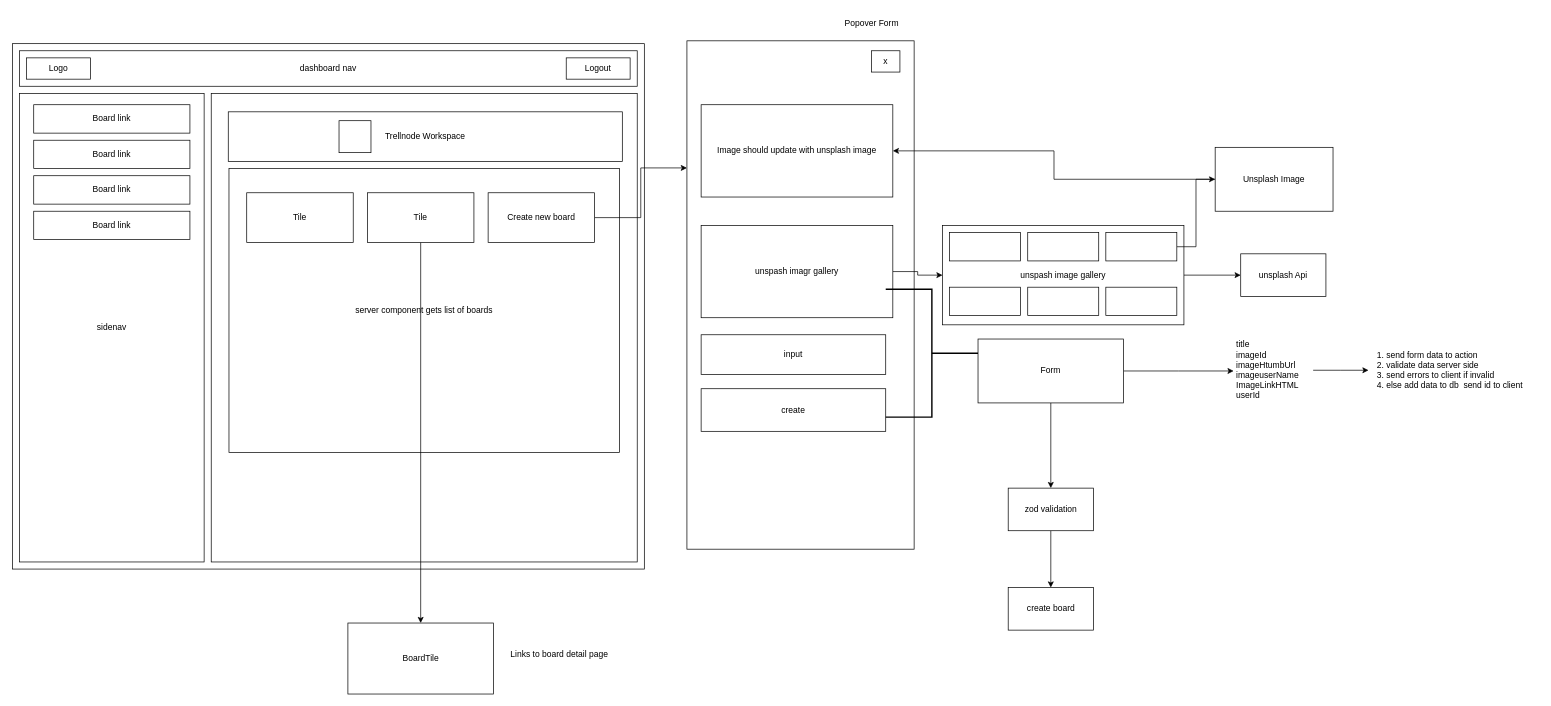
eric-nichols-nyc/trellnode keeps this draw.io diagram as page "Boards Page" (3 of 4) of public/Untitled Diagram.drawio. Above is the earlier version. Source tidied: cells renumbered, new cells numbered last; positions are measured from the earlier drawing's top-left corner, leaving out a move shared by most shapes. Both pictures are drawn from the tidied source at 71%, with x=0, y=0 at pixel (12, 12).
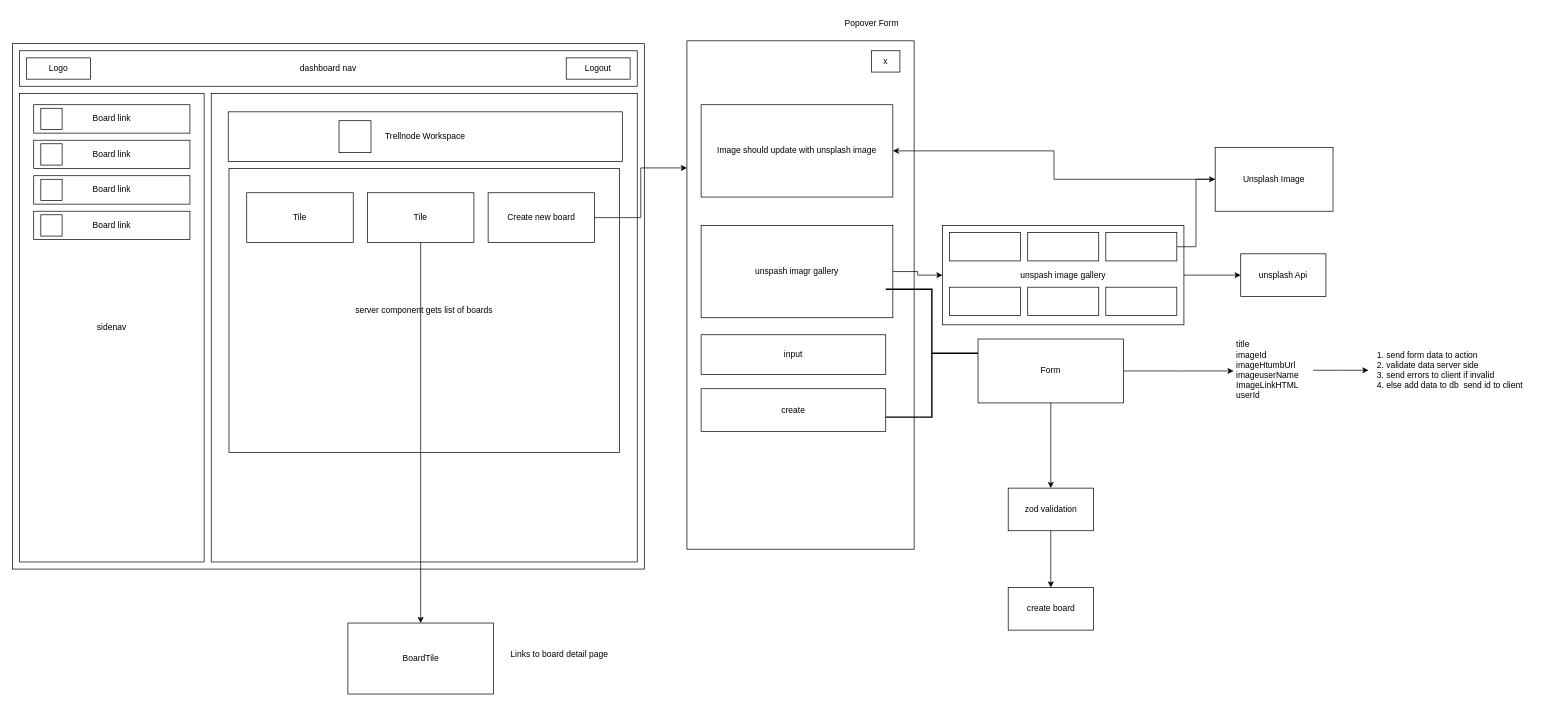
After the change.

Change to the diagram source:
```diff
@@
+    <mxCell id="52" style="rounded=0;whiteSpace=wrap;html=1;" parent="1" vertex="1">
+      <mxGeometry x="40" y="135" width="30" height="30" as="geometry" />
+    </mxCell>
+    <mxCell id="53" style="rounded=0;whiteSpace=wrap;html=1;" parent="1" vertex="1">
+      <mxGeometry x="40" y="185" width="30" height="30" as="geometry" />
+    </mxCell>
+    <mxCell id="54" style="rounded=0;whiteSpace=wrap;html=1;" parent="1" vertex="1">
+      <mxGeometry x="40" y="235" width="30" height="30" as="geometry" />
+    </mxCell>
+    <mxCell id="55" style="rounded=0;whiteSpace=wrap;html=1;" parent="1" vertex="1">
+      <mxGeometry x="40" y="285" width="30" height="30" as="geometry" />
+    </mxCell>
```
